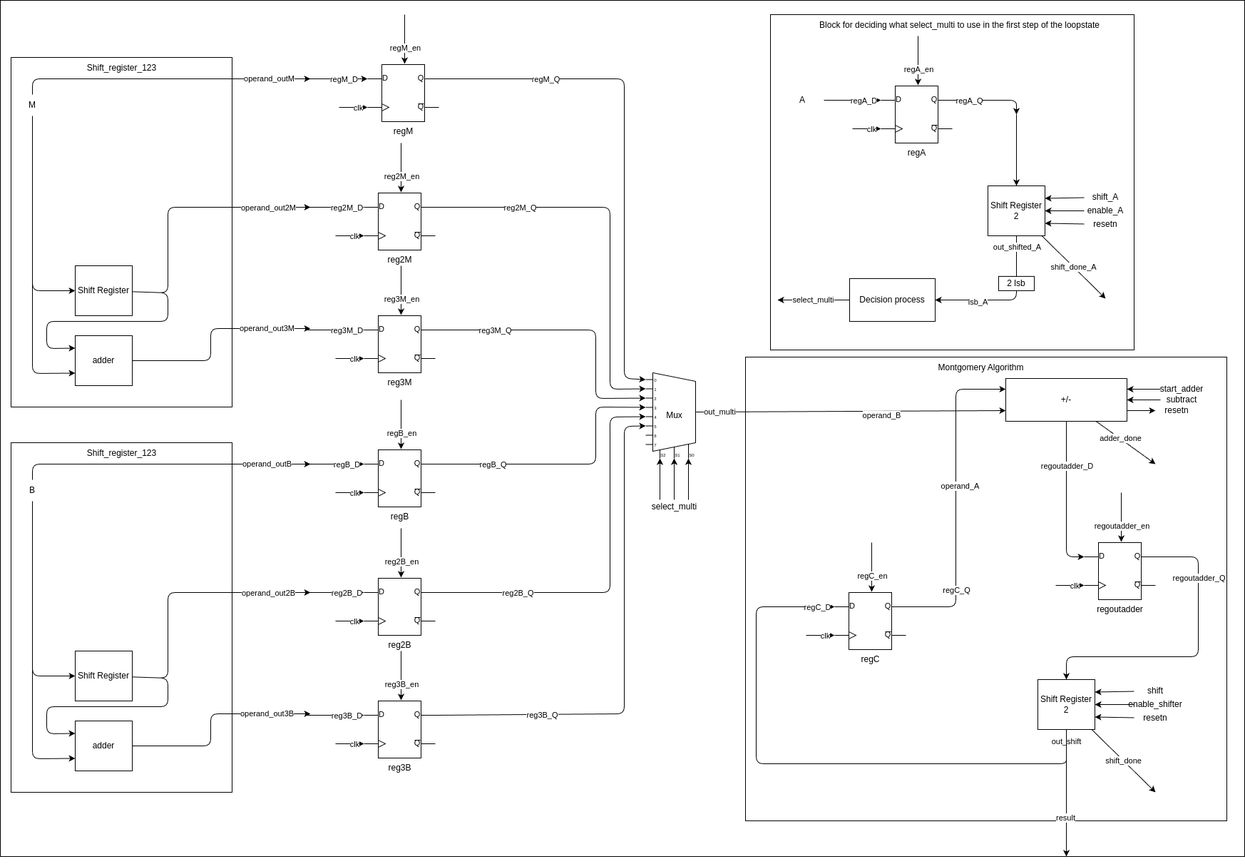
This is montgomery_details.png from Tfloow/Montgomery, a draw.io export, as it was before one commit. Source tidied: cells renumbered, new cells last; positions are measured from the earlier drawing's top-left corner, leaving out a move shared by most shapes.
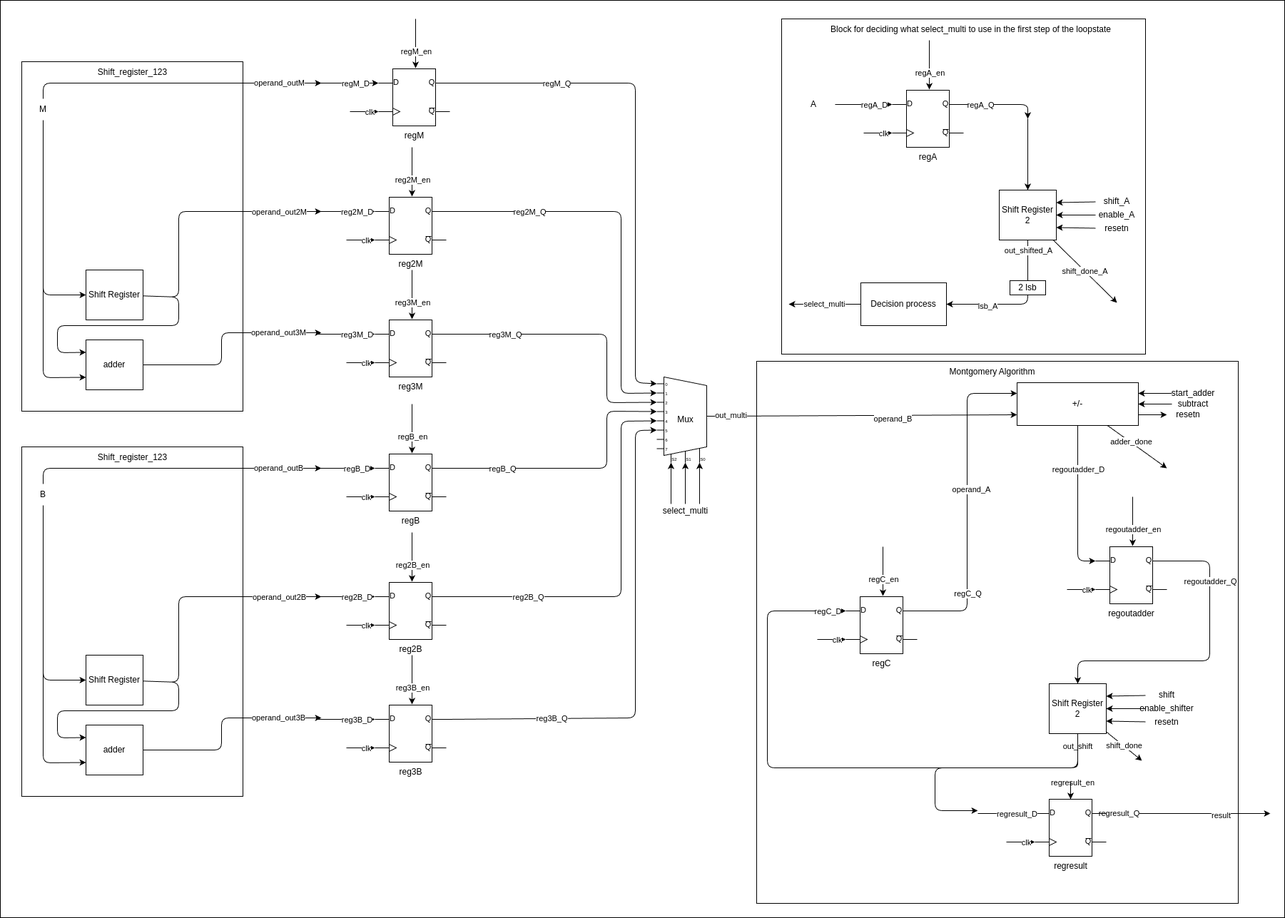
The same file after the commit.

Diff of the diagram source:
```diff
@@ -3,10 +3,10 @@
     <mxCell id="0" />
     <mxCell id="1" parent="0" />
     <mxCell id="2" style="rounded=0;whiteSpace=wrap;html=1;" parent="1" vertex="1">
-      <mxGeometry width="1745" height="1200" as="geometry" />
+      <mxGeometry x="-15" y="-6" width="1800" height="1286" as="geometry" />
     </mxCell>
     <mxCell id="3" style="rounded=0;whiteSpace=wrap;html=1;" parent="1" vertex="1">
-      <mxGeometry x="1045" y="500" width="675" height="650" as="geometry" />
+      <mxGeometry x="1045" y="500" width="675" height="760" as="geometry" />
     </mxCell>
     <mxCell id="4" style="rounded=0;whiteSpace=wrap;html=1;" parent="1" vertex="1">
       <mxGeometry x="15" y="620" width="310" height="490" as="geometry" />
@@ -127,7 +127,7 @@
     </mxCell>
     <mxCell id="28" value="shift_done" style="edgeStyle=none;html=1;" parent="1" edge="1" source="32">
       <mxGeometry relative="1" as="geometry">
-        <mxPoint x="1620" y="1110" as="targetPoint" />
+        <mxPoint x="1585" y="1060" as="targetPoint" />
       </mxGeometry>
     </mxCell>
     <mxCell id="29" value="out_shift" style="edgeStyle=none;html=1;entryX=0;entryY=0.25;entryDx=0;entryDy=0;entryPerimeter=0;" parent="1" edge="1" source="32" target="111">
@@ -140,14 +140,27 @@
         </Array>
       </mxGeometry>
     </mxCell>
-    <mxCell id="30" style="edgeStyle=none;html=1;" parent="1" edge="1" source="32">
+    <mxCell id="30" style="edgeStyle=none;html=1;exitX=1;exitY=0.25;exitDx=0;exitDy=0;exitPerimeter=0;" parent="1" edge="1" source="160">
       <mxGeometry relative="1" as="geometry">
-        <mxPoint x="1495" y="1200" as="targetPoint" />
+        <mxPoint x="1765" y="1134" as="targetPoint" />
       </mxGeometry>
     </mxCell>
     <mxCell id="31" value="result" style="edgeLabel;html=1;align=center;verticalAlign=middle;" parent="30" vertex="1">
       <mxGeometry x="0.39" y="-2" relative="1" as="geometry" />
     </mxCell>
+    <mxCell id="158" value="regresult_Q" style="edgeLabel;html=1;align=center;verticalAlign=middle;" parent="30" vertex="1">
+      <mxGeometry x="-0.84" y="1" relative="1" as="geometry" />
+    </mxCell>
+    <mxCell id="159" style="edgeStyle=none;html=1;" parent="1" edge="1" source="32">
+      <mxGeometry relative="1" as="geometry">
+        <mxPoint x="1355" y="1130" as="targetPoint" />
+        <Array as="points">
+          <mxPoint x="1495" y="1070" />
+          <mxPoint x="1295" y="1070" />
+          <mxPoint x="1295" y="1130" />
+        </Array>
+      </mxGeometry>
+    </mxCell>
     <mxCell id="32" value="Shift Register 2" style="rounded=0;whiteSpace=wrap;html=1;" parent="1" vertex="1">
       <mxGeometry x="1455" y="952" width="80" height="70" as="geometry" />
     </mxCell>
@@ -677,5 +690,32 @@
     <mxCell id="157" value="Montgomery Algorithm" style="text;html=1;align=center;verticalAlign=middle;points=[];strokeColor=none;fillColor=none;" parent="1" vertex="1">
       <mxGeometry x="1305" y="500" width="140" height="30" as="geometry" />
     </mxCell>
+    <mxCell id="160" value="regresult" style="verticalLabelPosition=bottom;shadow=0;dashed=0;align=center;html=1;verticalAlign=top;shape=mxgraph.electrical.logic_gates.d_type_flip-flop;" parent="1" vertex="1">
+      <mxGeometry x="1435" y="1114" width="100" height="80" as="geometry" />
+    </mxCell>
+    <mxCell id="161" style="edgeStyle=none;jettySize=auto;html=1;entryX=0;entryY=0.25;entryDx=0;entryDy=0;entryPerimeter=0;exitX=1;exitY=0.5;exitDx=0;exitDy=0;" parent="1" edge="1" target="160">
+      <mxGeometry relative="1" as="geometry">
+        <mxPoint x="1355" y="1134" as="sourcePoint" />
+      </mxGeometry>
+    </mxCell>
+    <mxCell id="162" value="regresult_D" style="edgeLabel;html=1;align=center;verticalAlign=middle;" parent="161" vertex="1">
+      <mxGeometry x="0.34" relative="1" as="geometry" />
+    </mxCell>
+    <mxCell id="163" value="regresult_en" style="edgeLabel;html=1;align=center;verticalAlign=middle;" parent="1" vertex="1">
+      <mxGeometry x="1487" y="1090" as="geometry" />
+    </mxCell>
+    <mxCell id="164" style="edgeStyle=none;jettySize=auto;html=1;entryX=0;entryY=0.75;entryDx=0;entryDy=0;entryPerimeter=0;" parent="1" edge="1" target="160">
+      <mxGeometry relative="1" as="geometry">
+        <mxPoint x="1395" y="1174" as="sourcePoint" />
+      </mxGeometry>
+    </mxCell>
+    <mxCell id="165" value="clk" style="edgeLabel;html=1;align=center;verticalAlign=middle;" parent="164" vertex="1">
+      <mxGeometry x="0.34" relative="1" as="geometry" />
+    </mxCell>
+    <mxCell id="166" style="edgeStyle=none;jettySize=auto;html=1;entryX=0.5;entryY=0;entryDx=0;entryDy=0;entryPerimeter=0;startSize=6;endSize=6;jumpSize=6;" parent="1" edge="1" target="160">
+      <mxGeometry relative="1" as="geometry">
+        <mxPoint x="1485" y="1090" as="sourcePoint" />
+      </mxGeometry>
+    </mxCell>
   </root>
 </mxGraphModel>
```
